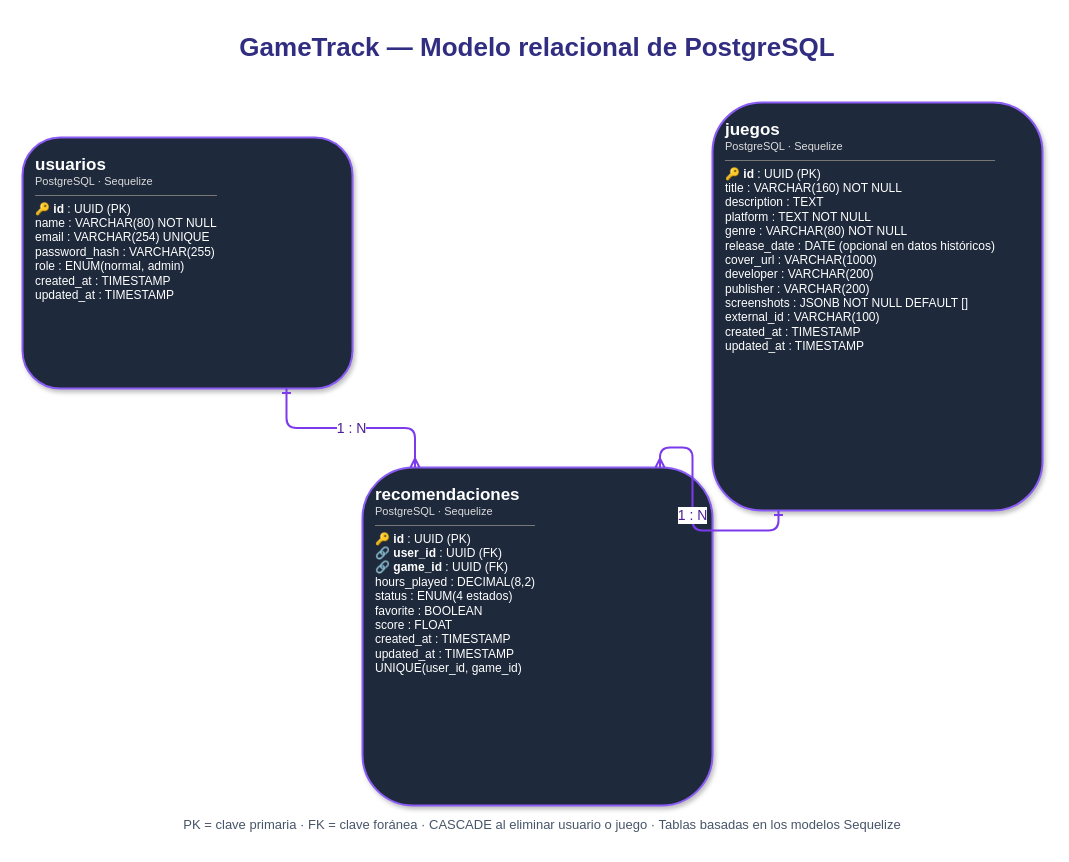
hwongg/GameTrack keeps this draw.io diagram as GameTrack-Modelo-Relacional.drawio. Above is the earlier version. Source tidied: cells renumbered, new cells numbered last; positions are measured from the earlier drawing's top-left corner, leaving out a move shared by most shapes. Both pictures are drawn from the tidied source at 100%, with x=0, y=0 at pixel (22, 17).
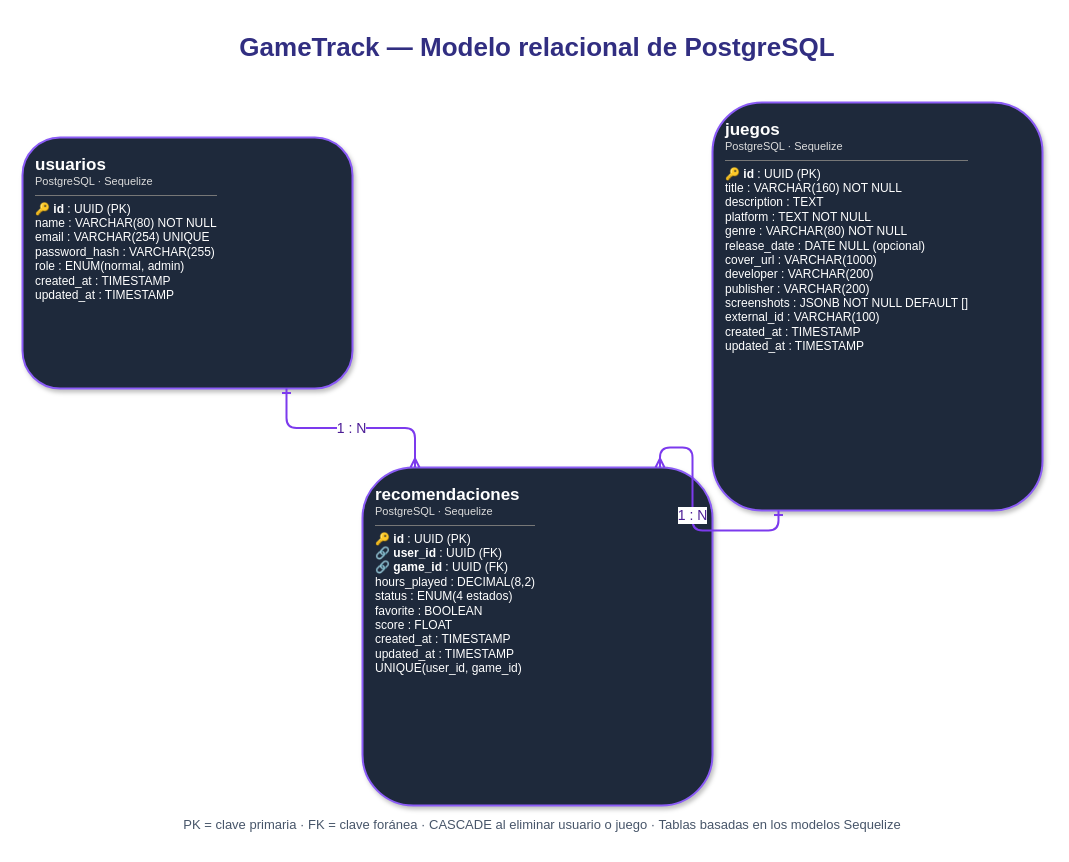
The same page after the edit.

The edit, as a diff of the source:
```diff
@@
 <mxGraphModel>
   <root>
     <mxCell id="0" />
     <mxCell id="1" parent="0" />
     <mxCell id="2" value="&lt;div style=&quot;font-size:17px&quot;&gt;&lt;b&gt;usuarios&lt;/b&gt;&lt;/div&gt;&lt;div style=&quot;font-size:11px;color:#ddd&quot;&gt;PostgreSQL · Sequelize&lt;/div&gt;&lt;hr style=&quot;border:0;border-top:1px solid #777&quot;&gt;🔑 &lt;b&gt;id&lt;/b&gt; : UUID (PK)&lt;br&gt;name : VARCHAR(80) NOT NULL&lt;br&gt;email : VARCHAR(254) UNIQUE&lt;br&gt;password_hash : VARCHAR(255)&lt;br&gt;role : ENUM(normal, admin)&lt;br&gt;created_at : TIMESTAMP&lt;br&gt;updated_at : TIMESTAMP" style="rounded=1;whiteSpace=wrap;html=1;fillColor=#1E293B;strokeColor=#8B5CF6;strokeWidth=2;fontColor=#FFFFFF;align=left;verticalAlign=top;spacing=13;shadow=1;" parent="1" vertex="1">
       <mxGeometry y="120" width="330" height="251" as="geometry" />
     </mxCell>
-    <mxCell id="3" value="&lt;div style=&quot;font-size:17px&quot;&gt;&lt;b&gt;juegos&lt;/b&gt;&lt;/div&gt;&lt;div style=&quot;font-size:11px;color:#ddd&quot;&gt;PostgreSQL · Sequelize&lt;/div&gt;&lt;hr style=&quot;border:0;border-top:1px solid #777&quot;&gt;🔑 &lt;b&gt;id&lt;/b&gt; : UUID (PK)&lt;br&gt;title : VARCHAR(160) NOT NULL&lt;br&gt;description : TEXT&lt;br&gt;platform : TEXT NOT NULL&lt;br&gt;genre : VARCHAR(80) NOT NULL&lt;br&gt;release_date : DATE (opcional en datos históricos)&lt;br&gt;cover_url : VARCHAR(1000)&lt;br&gt;developer : VARCHAR(200)&lt;br&gt;publisher : VARCHAR(200)&lt;br&gt;screenshots : JSONB NOT NULL DEFAULT []&lt;br&gt;external_id : VARCHAR(100)&lt;br&gt;created_at : TIMESTAMP&lt;br&gt;updated_at : TIMESTAMP" style="rounded=1;whiteSpace=wrap;html=1;fillColor=#1E293B;strokeColor=#8B5CF6;strokeWidth=2;fontColor=#FFFFFF;align=left;verticalAlign=top;spacing=13;shadow=1;" parent="1" vertex="1">
+    <mxCell id="3" value="&lt;div style=&quot;font-size:17px&quot;&gt;&lt;b&gt;juegos&lt;/b&gt;&lt;/div&gt;&lt;div style=&quot;font-size:11px;color:#ddd&quot;&gt;PostgreSQL · Sequelize&lt;/div&gt;&lt;hr style=&quot;border:0;border-top:1px solid #777&quot;&gt;🔑 &lt;b&gt;id&lt;/b&gt; : UUID (PK)&lt;br&gt;title : VARCHAR(160) NOT NULL&lt;br&gt;description : TEXT&lt;br&gt;platform : TEXT NOT NULL&lt;br&gt;genre : VARCHAR(80) NOT NULL&lt;br&gt;release_date : DATE NULL (opcional)&lt;br&gt;cover_url : VARCHAR(1000)&lt;br&gt;developer : VARCHAR(200)&lt;br&gt;publisher : VARCHAR(200)&lt;br&gt;screenshots : JSONB NOT NULL DEFAULT []&lt;br&gt;external_id : VARCHAR(100)&lt;br&gt;created_at : TIMESTAMP&lt;br&gt;updated_at : TIMESTAMP" style="rounded=1;whiteSpace=wrap;html=1;fillColor=#1E293B;strokeColor=#8B5CF6;strokeWidth=2;fontColor=#FFFFFF;align=left;verticalAlign=top;spacing=13;shadow=1;" parent="1" vertex="1">
       <mxGeometry x="690" y="85" width="330" height="408" as="geometry" />
     </mxCell>
     <mxCell id="4" value="&lt;div style=&quot;font-size:17px&quot;&gt;&lt;b&gt;recomendaciones&lt;/b&gt;&lt;/div&gt;&lt;div style=&quot;font-size:11px;color:#ddd&quot;&gt;PostgreSQL · Sequelize&lt;/div&gt;&lt;hr style=&quot;border:0;border-top:1px solid #777&quot;&gt;🔑 &lt;b&gt;id&lt;/b&gt; : UUID (PK)&lt;br&gt;🔗 &lt;b&gt;user_id&lt;/b&gt; : UUID (FK)&lt;br&gt;🔗 &lt;b&gt;game_id&lt;/b&gt; : UUID (FK)&lt;br&gt;hours_played : DECIMAL(8,2)&lt;br&gt;status : ENUM(4 estados)&lt;br&gt;favorite : BOOLEAN&lt;br&gt;score : FLOAT&lt;br&gt;created_at : TIMESTAMP&lt;br&gt;updated_at : TIMESTAMP&lt;br&gt;UNIQUE(user_id, game_id)" style="rounded=1;whiteSpace=wrap;html=1;fillColor=#1E293B;strokeColor=#8B5CF6;strokeWidth=2;fontColor=#FFFFFF;align=left;verticalAlign=top;spacing=13;shadow=1;" parent="1" vertex="1">
       <mxGeometry x="340" y="450" width="350" height="338" as="geometry" />
     </mxCell>
     <mxCell id="5" value="1 : N" style="edgeStyle=orthogonalEdgeStyle;rounded=1;jettySize=auto;html=1;strokeColor=#7C3AED;strokeWidth=2;endArrow=ERmany;endFill=0;startArrow=ERone;startFill=0;fontSize=14;fontColor=#4C1D95;exitX=0.8;exitY=1;exitDx=0;exitDy=0;entryX=0.15;entryY=0;entryDx=0;entryDy=0;" parent="1" edge="1" source="2" target="4">
       <mxGeometry relative="1" as="geometry" />
     </mxCell>
     <mxCell id="6" value="1 : N" style="edgeStyle=orthogonalEdgeStyle;rounded=1;jettySize=auto;html=1;strokeColor=#7C3AED;strokeWidth=2;endArrow=ERmany;endFill=0;startArrow=ERone;startFill=0;fontSize=14;fontColor=#4C1D95;exitX=0.2;exitY=1;exitDx=0;exitDy=0;entryX=0.85;entryY=0;entryDx=0;entryDy=0;" parent="1" edge="1" source="3" target="4">
       <mxGeometry relative="1" as="geometry" />
     </mxCell>
     <mxCell id="7" value="GameTrack — Modelo relacional de PostgreSQL" style="text;html=1;align=center;verticalAlign=middle;whiteSpace=wrap;rounded=0;fontSize=26;fontStyle=1;fontColor=#312E81;" parent="1" vertex="1">
       <mxGeometry x="100" width="830" height="60" as="geometry" />
     </mxCell>
     <mxCell id="8" value="PK = clave primaria · FK = clave foránea · CASCADE al eliminar usuario o juego · Tablas basadas en los modelos Sequelize" style="text;html=1;align=center;whiteSpace=wrap;fontSize=13;fontColor=#475569;" parent="1" vertex="1">
       <mxGeometry x="10" y="793" width="1020" height="35" as="geometry" />
     </mxCell>
   </root>
 </mxGraphModel>
```
